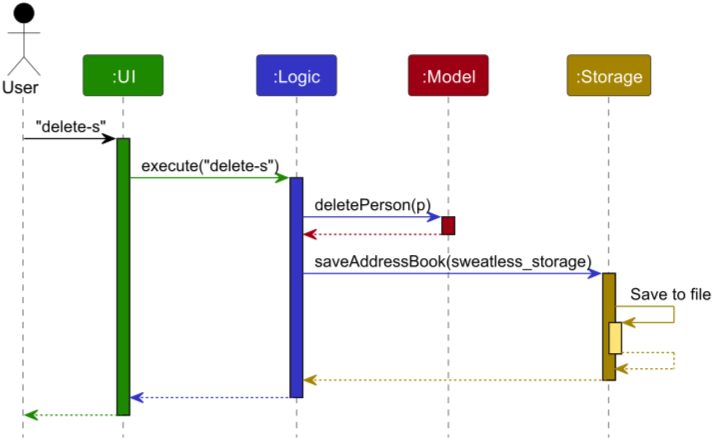
The PlantUML diagram docs/images/ArchitectureSequenceDiagram.png in ziheng119/tp, before a commit. Its source is kept beside it as docs/diagrams/ArchitectureSequenceDiagram.puml. Source of this version:
```plantuml
@startuml
!include style.puml
skinparam ArrowFontStyle plain

Actor User as user USER_COLOR
Participant ":UI" as ui UI_COLOR
Participant ":Logic" as logic LOGIC_COLOR
Participant ":Model" as model MODEL_COLOR
Participant ":Storage" as storage STORAGE_COLOR

user -[USER_COLOR]> ui : "delete-s"
activate ui UI_COLOR

ui -[UI_COLOR]> logic : execute("delete-s")
activate logic LOGIC_COLOR

logic -[LOGIC_COLOR]> model : deletePerson(p)
activate model MODEL_COLOR

model -[MODEL_COLOR]-> logic
deactivate model

logic -[LOGIC_COLOR]> storage : saveAddressBook(sweatless_storage)
activate storage STORAGE_COLOR

storage -[STORAGE_COLOR]> storage : Save to file
activate storage STORAGE_COLOR_T1
storage --[STORAGE_COLOR]> storage
deactivate storage

storage --[STORAGE_COLOR]> logic
deactivate storage

logic --[LOGIC_COLOR]> ui
deactivate logic

ui--[UI_COLOR]> user
deactivate ui
@enduml
```
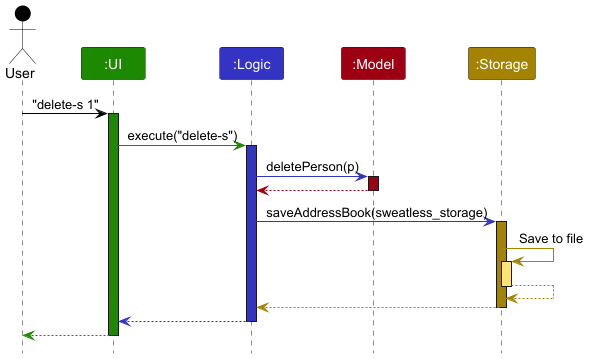
The same file after the commit.

Diff of the diagram source:
```diff
@@ -8,7 +8,7 @@
 Participant ":Model" as model MODEL_COLOR
 Participant ":Storage" as storage STORAGE_COLOR
 
-user -[USER_COLOR]> ui : "delete-s"
+user -[USER_COLOR]> ui : "delete-s 1"
 activate ui UI_COLOR
 
 ui -[UI_COLOR]> logic : execute("delete-s")
```
